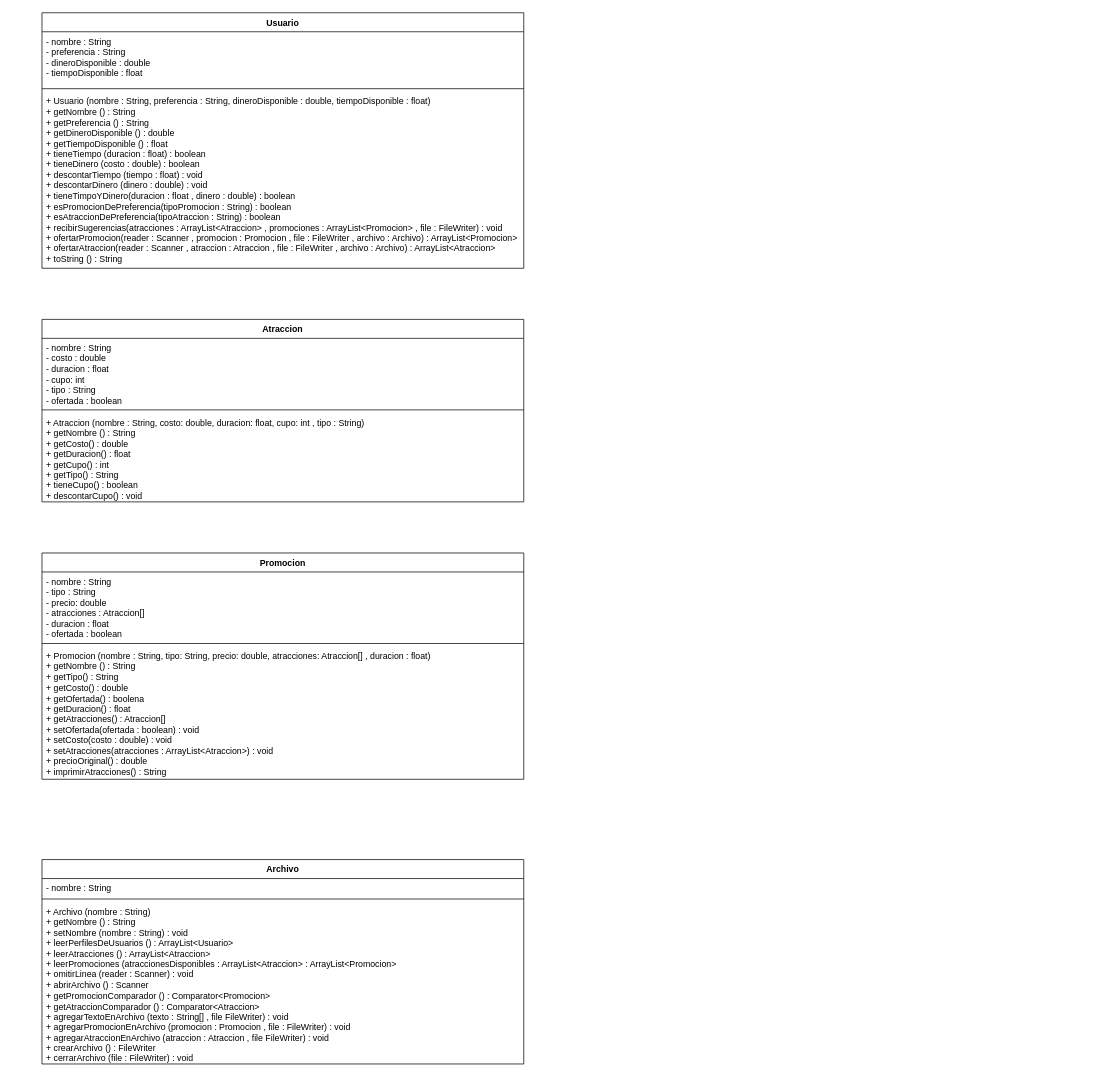
Earlier version of the draw.io diagram diagrams/UML.drawio (diego856/turismo-en-la-tierra-media). Source tidied: cells renumbered, new cells numbered last; positions are measured from the earlier drawing's top-left corner, leaving out a move shared by most shapes. Both pictures are drawn from the tidied source at 73%, with x=0, y=0 at pixel (42, 12).
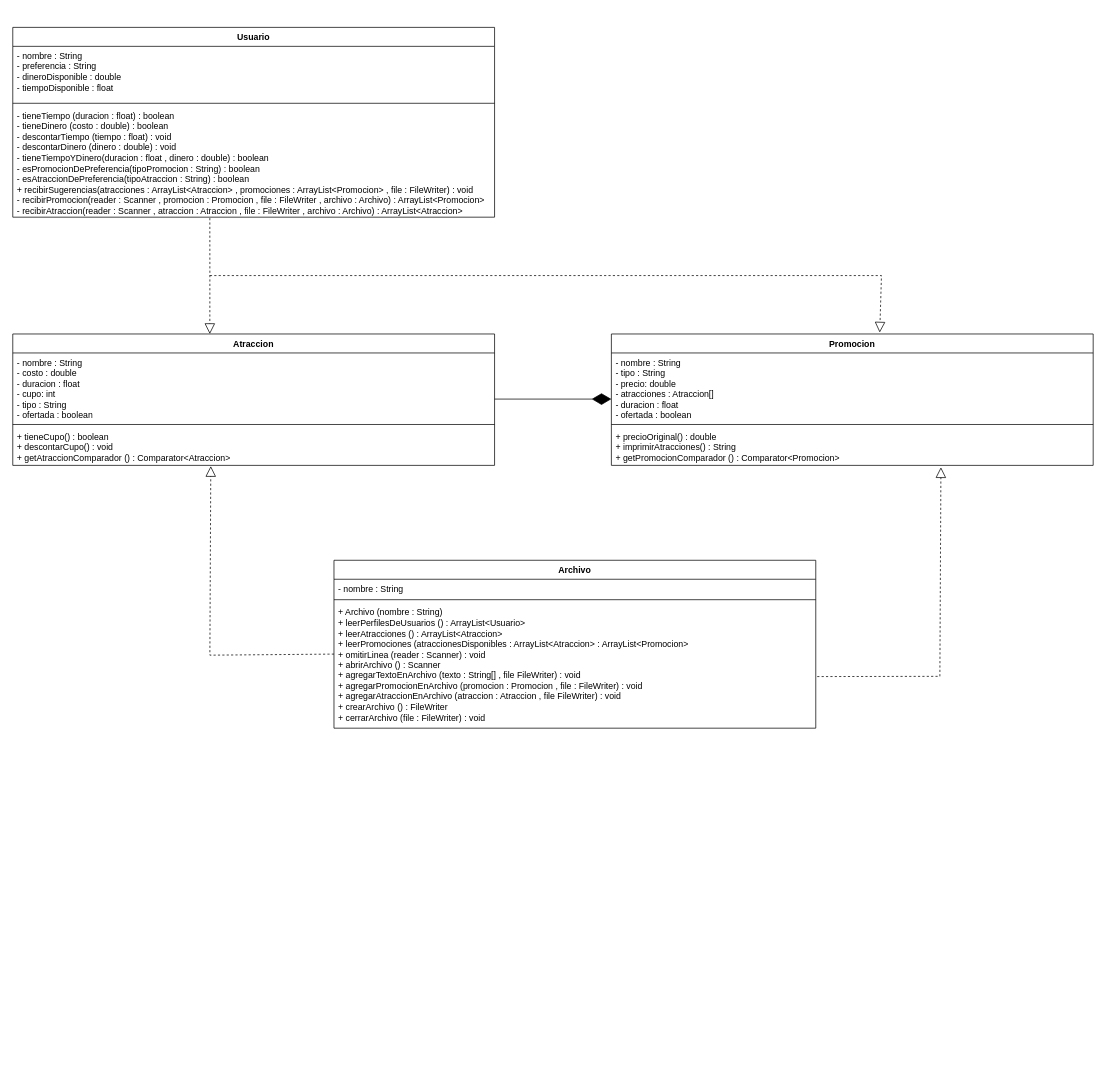
The same page after the edit.

Commit message (it also covers changes not shown here):
Diagramas de clase corregidos

The edit, as a diff of the source:
```diff
@@
     <mxCell id="2" value="Usuario" style="swimlane;fontStyle=1;align=center;verticalAlign=top;horizontal=1;startSize=26;whiteSpace=wrap;html=1;" parent="1" vertex="1">
-      <mxGeometry width="660" height="350" as="geometry" />
+      <mxGeometry x="-40" y="20" width="660" height="260" as="geometry" />
     </mxCell>
@@
-    <mxCell id="5" value="+ Usuario (nombre : String, preferencia : String, dineroDisponible : double, tiempoDisponible : float)&lt;br&gt;+ getNombre () : String&lt;br&gt;+ getPreferencia () : String&lt;br&gt;+ getDineroDisponible () : double&lt;br&gt;+ getTiempoDisponible () : float&lt;br&gt;+ tieneTiempo (duracion : float) : boolean&lt;br&gt;+ tieneDinero (costo : double) : boolean&lt;br&gt;+ descontarTiempo (tiempo : float) : void&lt;br&gt;+ descontarDinero (dinero : double) : void&lt;br&gt;+ tieneTimpoYDinero(duracion : float , dinero : double) : boolean&lt;br&gt;+ esPromocionDePreferencia(tipoPromocion : String) : boolean&lt;br&gt;+ esAtraccionDePreferencia(tipoAtraccion : String) : boolean&lt;br&gt;+ recibirSugerencias(atracciones : ArrayList&amp;lt;Atraccion&amp;gt; , promociones : ArrayList&amp;lt;Promocion&amp;gt; , file : FileWriter) : void&lt;br&gt;+ ofertarPromocion(reader : Scanner , promocion : Promocion , file : FileWriter , archivo : Archivo) : ArrayList&amp;lt;Promocion&amp;gt;&lt;br&gt;+ ofertarAtraccion(reader : Scanner , atraccion : Atraccion , file : FileWriter , archivo : Archivo) : ArrayList&amp;lt;Atraccion&amp;gt;&lt;br&gt;+ toString () : String" style="text;strokeColor=none;fillColor=none;align=left;verticalAlign=top;spacingLeft=4;spacingRight=4;overflow=hidden;points=[[0,0.5],[1,0.5]];portConstraint=eastwest;whiteSpace=wrap;html=1;" parent="2" vertex="1">
-      <mxGeometry y="108" width="660" height="242" as="geometry" />
+    <mxCell id="5" value="- tieneTiempo (duracion : float) : boolean&lt;br&gt;- tieneDinero (costo : double) : boolean&lt;br&gt;- descontarTiempo (tiempo : float) : void&lt;br&gt;- descontarDinero (dinero : double) : void&lt;br&gt;- tieneTiempoYDinero(duracion : float , dinero : double) : boolean&lt;br&gt;- esPromocionDePreferencia(tipoPromocion : String) : boolean&lt;br&gt;- esAtraccionDePreferencia(tipoAtraccion : String) : boolean&lt;br&gt;+ recibirSugerencias(atracciones : ArrayList&amp;lt;Atraccion&amp;gt; , promociones : ArrayList&amp;lt;Promocion&amp;gt; , file : FileWriter) : void&lt;br&gt;- recibirPromocion(reader : Scanner , promocion : Promocion , file : FileWriter , archivo : Archivo) : ArrayList&amp;lt;Promocion&amp;gt;&lt;br&gt;- recibirAtraccion(reader : Scanner , atraccion : Atraccion , file : FileWriter , archivo : Archivo) : ArrayList&amp;lt;Atraccion&amp;gt;" style="text;strokeColor=none;fillColor=none;align=left;verticalAlign=top;spacingLeft=4;spacingRight=4;overflow=hidden;points=[[0,0.5],[1,0.5]];portConstraint=eastwest;whiteSpace=wrap;html=1;" parent="2" vertex="1">
+      <mxGeometry y="108" width="660" height="152" as="geometry" />
     </mxCell>
     <mxCell id="6" value="Atraccion" style="swimlane;fontStyle=1;align=center;verticalAlign=top;horizontal=1;startSize=26;whiteSpace=wrap;html=1;" parent="1" vertex="1">
-      <mxGeometry y="420" width="660" height="250" as="geometry" />
+      <mxGeometry x="-40" y="440" width="660" height="180" as="geometry" />
     </mxCell>
@@
-    <mxCell id="9" value="+ Atraccion (nombre : String, costo: double, duracion: float, cupo: int , tipo : String)&lt;br&gt;+ getNombre () : String&lt;br&gt;+ getCosto() : double&lt;br&gt;+ getDuracion() : float&lt;br&gt;+ getCupo() : int&lt;br&gt;+ getTipo() : String&lt;br&gt;+ tieneCupo() : boolean&lt;br&gt;+ descontarCupo() : void" style="text;strokeColor=none;fillColor=none;align=left;verticalAlign=top;spacingLeft=4;spacingRight=4;overflow=hidden;points=[[0,0.5],[1,0.5]];portConstraint=eastwest;whiteSpace=wrap;html=1;" parent="6" vertex="1">
-      <mxGeometry y="128" width="660" height="122" as="geometry" />
+    <mxCell id="9" value="+ tieneCupo() : boolean&lt;br&gt;+ descontarCupo() : void&lt;br&gt;+ getAtraccionComparador () : Comparator&amp;lt;Atraccion&amp;gt;" style="text;strokeColor=none;fillColor=none;align=left;verticalAlign=top;spacingLeft=4;spacingRight=4;overflow=hidden;points=[[0,0.5],[1,0.5]];portConstraint=eastwest;whiteSpace=wrap;html=1;" parent="6" vertex="1">
+      <mxGeometry y="128" width="660" height="52" as="geometry" />
     </mxCell>
     <mxCell id="10" value="Promocion" style="swimlane;fontStyle=1;align=center;verticalAlign=top;horizontal=1;startSize=26;whiteSpace=wrap;html=1;" parent="1" vertex="1">
-      <mxGeometry y="740" width="660" height="310" as="geometry" />
+      <mxGeometry x="780" y="440" width="660" height="180" as="geometry" />
     </mxCell>
@@
-    <mxCell id="13" value="+ Promocion (nombre : String, tipo: String, precio: double, atracciones: Atraccion[] , duracion : float)&lt;br&gt;+ getNombre () : String&lt;br&gt;+ getTipo() : String&lt;br&gt;+ getCosto() : double&lt;br&gt;+ getOfertada() : boolena&lt;br&gt;+ getDuracion() : float&lt;br&gt;+ getAtracciones() : Atraccion[]&lt;br&gt;+ setOfertada(ofertada : boolean) : void&lt;br&gt;+ setCosto(costo : double) : void&lt;br&gt;+ setAtracciones(atracciones : ArrayList&amp;lt;Atraccion&amp;gt;) : void&lt;br&gt;+ precioOriginal() : double&lt;br&gt;+ imprimirAtracciones() : String" style="text;strokeColor=none;fillColor=none;align=left;verticalAlign=top;spacingLeft=4;spacingRight=4;overflow=hidden;points=[[0,0.5],[1,0.5]];portConstraint=eastwest;whiteSpace=wrap;html=1;" parent="10" vertex="1">
-      <mxGeometry y="128" width="660" height="182" as="geometry" />
+    <mxCell id="13" value="+ precioOriginal() : double&lt;br&gt;+ imprimirAtracciones() : String&lt;br&gt;+ getPromocionComparador () : Comparator&amp;lt;Promocion&amp;gt;" style="text;strokeColor=none;fillColor=none;align=left;verticalAlign=top;spacingLeft=4;spacingRight=4;overflow=hidden;points=[[0,0.5],[1,0.5]];portConstraint=eastwest;whiteSpace=wrap;html=1;" parent="10" vertex="1">
+      <mxGeometry y="128" width="660" height="52" as="geometry" />
     </mxCell>
     <mxCell id="14" value="Archivo" style="swimlane;fontStyle=1;align=center;verticalAlign=top;horizontal=1;startSize=26;whiteSpace=wrap;html=1;" parent="1" vertex="1">
-      <mxGeometry y="1160" width="660" height="280" as="geometry" />
+      <mxGeometry x="400" y="750" width="660" height="230" as="geometry" />
     </mxCell>
@@
-    <mxCell id="17" value="+ Archivo (nombre : String)&lt;br&gt;+ getNombre () : String&lt;br&gt;+ setNombre (nombre : String) : void&lt;br&gt;+ leerPerfilesDeUsuarios () : ArrayList&amp;lt;Usuario&amp;gt;&lt;br&gt;+ leerAtracciones () : ArrayList&amp;lt;Atraccion&amp;gt;&lt;br&gt;+ leerPromociones (atraccionesDisponibles : ArrayList&amp;lt;Atraccion&amp;gt; : ArrayList&amp;lt;Promocion&amp;gt;&lt;br&gt;+ omitirLinea (reader : Scanner) : void&lt;br&gt;+ abrirArchivo () : Scanner&lt;br&gt;+ getPromocionComparador () : Comparator&amp;lt;Promocion&amp;gt;&lt;br&gt;+ getAtraccionComparador () : Comparator&amp;lt;Atraccion&amp;gt;&lt;br&gt;+ agregarTextoEnArchivo (texto : String[] , file FileWriter) : void&lt;br&gt;+ agregarPromocionEnArchivo (promocion : Promocion , file : FileWriter) : void&lt;br&gt;+ agregarAtraccionEnArchivo (atraccion : Atraccion , file FileWriter) : void&lt;br&gt;+ crearArchivo () : FileWriter&lt;br&gt;+ cerrarArchivo (file : FileWriter) : void" style="text;strokeColor=none;fillColor=none;align=left;verticalAlign=top;spacingLeft=4;spacingRight=4;overflow=hidden;points=[[0,0.5],[1,0.5]];portConstraint=eastwest;whiteSpace=wrap;html=1;" parent="14" vertex="1">
-      <mxGeometry y="58" width="660" height="222" as="geometry" />
+    <mxCell id="17" value="+ Archivo (nombre : String)&lt;br&gt;+ leerPerfilesDeUsuarios () : ArrayList&amp;lt;Usuario&amp;gt;&lt;br&gt;+ leerAtracciones () : ArrayList&amp;lt;Atraccion&amp;gt;&lt;br&gt;+ leerPromociones (atraccionesDisponibles : ArrayList&amp;lt;Atraccion&amp;gt; : ArrayList&amp;lt;Promocion&amp;gt;&lt;br&gt;+ omitirLinea (reader : Scanner) : void&lt;br&gt;+ abrirArchivo () : Scanner&lt;br&gt;+ agregarTextoEnArchivo (texto : String[] , file FileWriter) : void&lt;br&gt;+ agregarPromocionEnArchivo (promocion : Promocion , file : FileWriter) : void&lt;br&gt;+ agregarAtraccionEnArchivo (atraccion : Atraccion , file FileWriter) : void&lt;br&gt;+ crearArchivo () : FileWriter&lt;br&gt;+ cerrarArchivo (file : FileWriter) : void" style="text;strokeColor=none;fillColor=none;align=left;verticalAlign=top;spacingLeft=4;spacingRight=4;overflow=hidden;points=[[0,0.5],[1,0.5]];portConstraint=eastwest;whiteSpace=wrap;html=1;" parent="14" vertex="1">
+      <mxGeometry y="58" width="660" height="172" as="geometry" />
     </mxCell>
+    <mxCell id="18" style="endArrow=diamondThin;endFill=1;endSize=24;html=1;rounded=0;" parent="1" edge="1">
+      <mxGeometry relative="1" as="geometry">
+        <mxPoint x="620" y="529.2" as="sourcePoint" />
+        <mxPoint x="780" y="529.2" as="targetPoint" />
+      </mxGeometry>
+    </mxCell>
+    <mxCell id="19" style="endArrow=block;dashed=1;endFill=0;endSize=12;html=1;rounded=0;entryX=0.557;entryY=-0.011;entryDx=0;entryDy=0;entryPerimeter=0;" parent="1" edge="1" target="10">
+      <mxGeometry relative="1" as="geometry">
+        <mxPoint x="230" y="360" as="sourcePoint" />
+        <Array as="points">
+          <mxPoint x="1150" y="360" />
+        </Array>
+      </mxGeometry>
+    </mxCell>
+    <mxCell id="20" style="endArrow=block;dashed=1;endFill=0;endSize=12;html=1;rounded=0;entryX=0.409;entryY=0;entryDx=0;entryDy=0;entryPerimeter=0;exitX=0.409;exitY=1.008;exitDx=0;exitDy=0;exitPerimeter=0;" parent="1" edge="1" source="5" target="6">
+      <mxGeometry relative="1" as="geometry">
+        <Array as="points">
+          <mxPoint x="230" y="365.3" />
+        </Array>
+      </mxGeometry>
+    </mxCell>
+    <mxCell id="21" style="endArrow=block;dashed=1;endFill=0;endSize=12;html=1;rounded=0;exitX=0;exitY=0.41;exitDx=0;exitDy=0;exitPerimeter=0;entryX=0.411;entryY=1.019;entryDx=0;entryDy=0;entryPerimeter=0;" parent="1" edge="1" source="17" target="9">
+      <mxGeometry relative="1" as="geometry">
+        <Array as="points">
+          <mxPoint x="230" y="880" />
+        </Array>
+      </mxGeometry>
+    </mxCell>
+    <mxCell id="22" style="endArrow=block;dashed=1;endFill=0;endSize=12;html=1;rounded=0;entryX=0.684;entryY=1.05;entryDx=0;entryDy=0;entryPerimeter=0;exitX=1.003;exitY=0.589;exitDx=0;exitDy=0;exitPerimeter=0;" parent="1" edge="1" source="17" target="13">
+      <mxGeometry relative="1" as="geometry">
+        <Array as="points">
+          <mxPoint x="1230" y="909" />
+        </Array>
+      </mxGeometry>
+    </mxCell>
```
